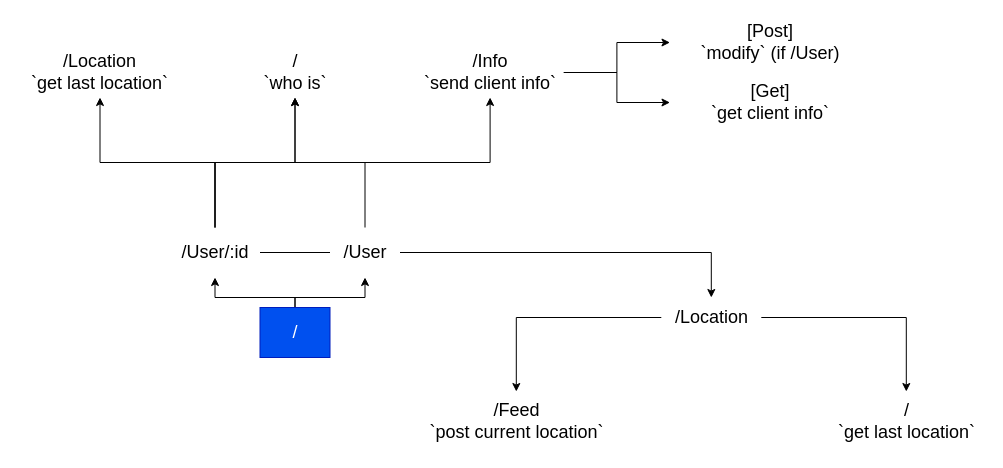
Above: page "Responder" (2 of 3) of Schematic.drawio in BatuAtlas/Find-My-Clone (draw.io), before the change. Source tidied: cells renumbered, new cells numbered last; positions are measured from the earlier drawing's top-left corner, leaving out a move shared by most shapes. Both pictures are drawn from the tidied source at 100%, with x=0, y=0 at pixel (17, 17).
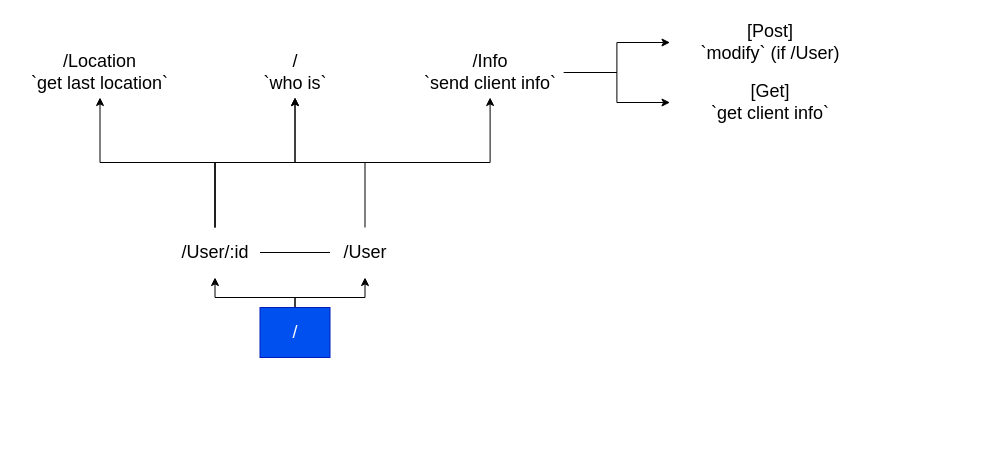
Above is the later version.

Unchanged cells that the change refers to:
```xml
<mxCell id="19" value="/User" style="text;html=1;align=center;verticalAlign=middle;whiteSpace=wrap;rounded=0;fontSize=18;fontFamily=Helvetica;fontColor=default;" parent="1" vertex="1">
  <mxGeometry x="312.5" y="210" width="70" height="50" as="geometry" />
</mxCell>
```

What changed in the source:
```diff
@@
-    <mxCell id="5" style="edgeStyle=orthogonalEdgeStyle;rounded=0;jettySize=auto;html=1;fontFamily=Helvetica;fontSize=18;fontColor=default;" parent="1" edge="1" source="7" target="9">
-      <mxGeometry relative="1" as="geometry" />
-    </mxCell>
-    <mxCell id="6" style="edgeStyle=orthogonalEdgeStyle;rounded=0;jettySize=auto;html=1;fontFamily=Helvetica;fontSize=18;fontColor=default;" parent="1" edge="1" source="7" target="8">
-      <mxGeometry relative="1" as="geometry" />
-    </mxCell>
-    <mxCell id="7" value="/Location" style="text;html=1;align=center;verticalAlign=middle;points=[];fontFamily=Helvetica;fontSize=18;" parent="1" vertex="1">
-      <mxGeometry x="643.8" y="280" width="100" height="40" as="geometry" />
-    </mxCell>
-    <mxCell id="8" value="/Feed&lt;br&gt;`post current location`" style="text;html=1;align=center;verticalAlign=middle;points=[];strokeColor=none;fillColor=none;fontFamily=Helvetica;fontSize=18;fontColor=default;" parent="1" vertex="1">
-      <mxGeometry x="398.8" y="374" width="200" height="60" as="geometry" />
-    </mxCell>
-    <mxCell id="9" value="/&lt;br&gt;`get last location`" style="text;html=1;align=center;verticalAlign=middle;points=[];fontFamily=Helvetica;fontSize=18;" parent="1" vertex="1">
-      <mxGeometry x="808.8" y="374" width="160" height="60" as="geometry" />
-    </mxCell>
@@
-    <mxCell id="18" style="edgeStyle=orthogonalEdgeStyle;shape=connector;rounded=0;jettySize=auto;html=1;exitX=1;exitY=0.5;exitDx=0;exitDy=0;strokeColor=default;align=center;verticalAlign=middle;fontFamily=Helvetica;fontSize=18;fontColor=default;labelBackgroundColor=default;endArrow=classic;" parent="1" edge="1" source="19" target="7">
-      <mxGeometry relative="1" as="geometry" />
-    </mxCell>
```
